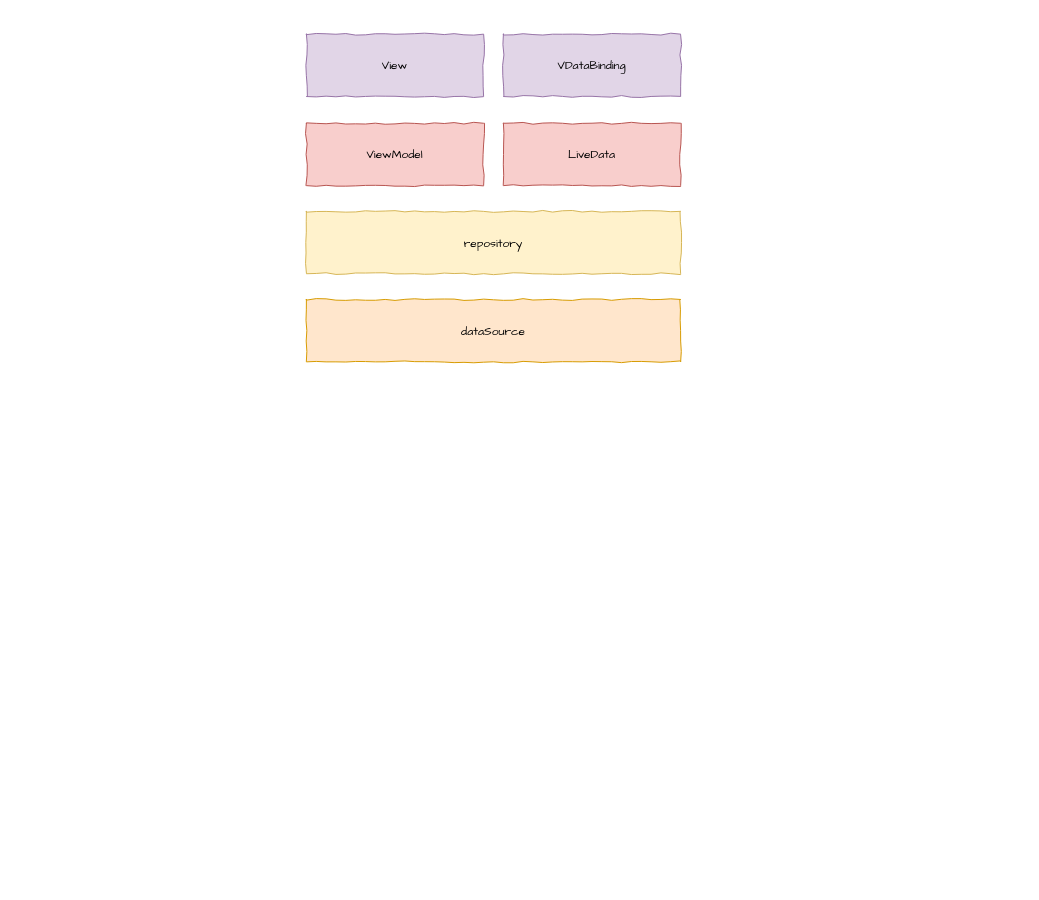
Earlier version of the draw.io diagram app架构.drawio (TryLoveCatch/charts). Source tidied: cells renumbered, new cells numbered last; positions are measured from the earlier drawing's top-left corner, leaving out a move shared by most shapes. Both pictures are drawn from the tidied source at 99%, with x=0, y=0 at pixel (306, 34).
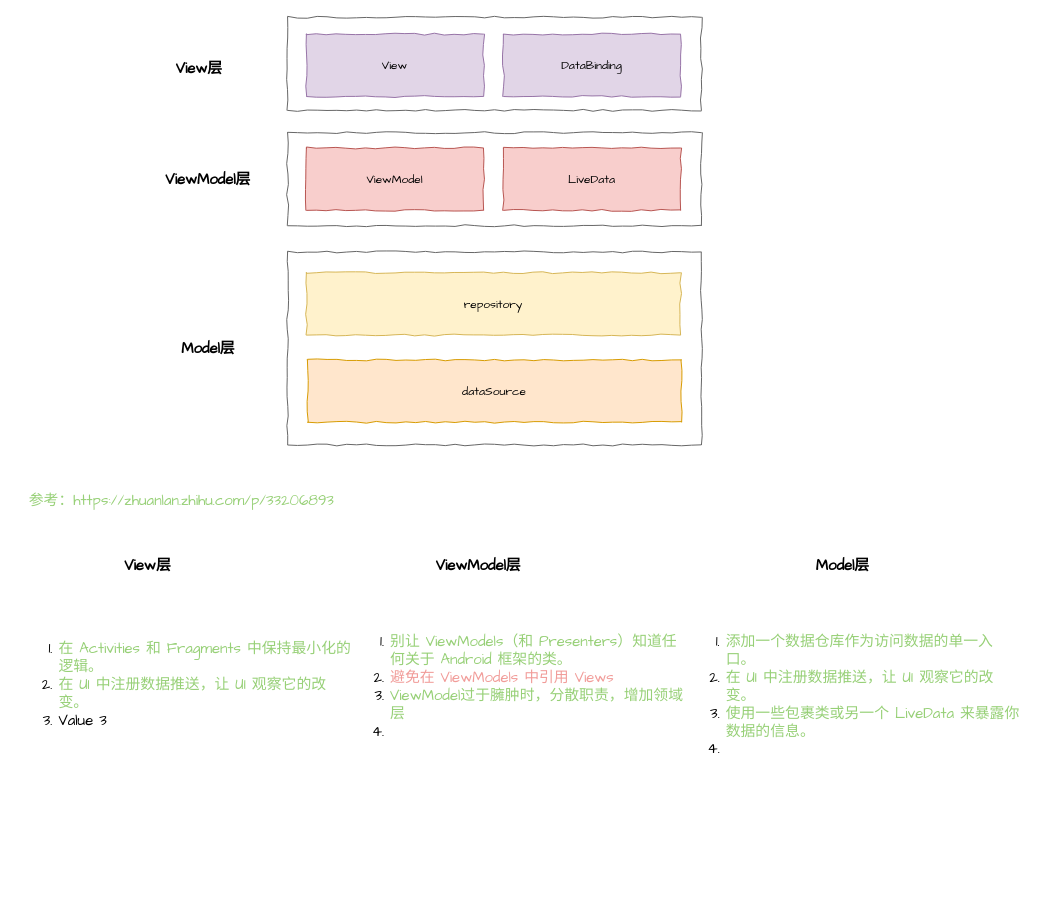
After the change.

Change to the diagram source:
```diff
@@
+    <mxCell id="8" style="rounded=0;whiteSpace=wrap;html=1;comic=1;sketch=0;fontFamily=Comic Sans MS;fontSize=12;fillColor=none;fontColor=#333333;strokeColor=#666666;" parent="1" vertex="1">
+      <mxGeometry x="-19" y="220" width="418" height="195" as="geometry" />
+    </mxCell>
+    <mxCell id="9" style="rounded=0;whiteSpace=wrap;html=1;comic=1;sketch=0;fontFamily=Comic Sans MS;fontSize=12;fillColor=none;fontColor=#333333;strokeColor=#666666;" parent="1" vertex="1">
+      <mxGeometry x="-19" y="99.5" width="418" height="94" as="geometry" />
+    </mxCell>
+    <mxCell id="10" style="rounded=0;whiteSpace=wrap;html=1;comic=1;sketch=0;fontFamily=Comic Sans MS;fontSize=12;fillColor=none;fontColor=#333333;strokeColor=#666666;" parent="1" vertex="1">
+      <mxGeometry x="-19" y="-17" width="418" height="94" as="geometry" />
+    </mxCell>
@@
-    <mxCell id="3" value="&lt;font face=&quot;Comic Sans MS&quot;&gt;VDataBinding&lt;/font&gt;" style="rounded=0;whiteSpace=wrap;html=1;sketch=0;comic=1;fillColor=#e1d5e7;strokeColor=#9673a6;" parent="1" vertex="1">
+    <mxCell id="3" value="&lt;font face=&quot;Comic Sans MS&quot;&gt;DataBinding&lt;/font&gt;" style="rounded=0;whiteSpace=wrap;html=1;sketch=0;comic=1;fillColor=#e1d5e7;strokeColor=#9673a6;" parent="1" vertex="1">
       <mxGeometry x="199" width="179" height="63" as="geometry" />
     </mxCell>
     <mxCell id="4" value="&lt;font face=&quot;Comic Sans MS&quot;&gt;ViewModel&lt;br&gt;&lt;/font&gt;" style="rounded=0;whiteSpace=wrap;html=1;sketch=0;comic=1;fillColor=#f8cecc;strokeColor=#b85450;" parent="1" vertex="1">
-      <mxGeometry y="90" width="179" height="63" as="geometry" />
+      <mxGeometry y="115" width="179" height="63" as="geometry" />
     </mxCell>
     <mxCell id="5" value="&lt;font face=&quot;Comic Sans MS&quot;&gt;LiveData&lt;/font&gt;" style="rounded=0;whiteSpace=wrap;html=1;sketch=0;comic=1;fillColor=#f8cecc;strokeColor=#b85450;" parent="1" vertex="1">
-      <mxGeometry x="199" y="90" width="179" height="63" as="geometry" />
+      <mxGeometry x="199" y="115" width="179" height="63" as="geometry" />
     </mxCell>
     <mxCell id="6" value="&lt;font face=&quot;Comic Sans MS&quot;&gt;repository&lt;br&gt;&lt;/font&gt;" style="rounded=0;whiteSpace=wrap;html=1;sketch=0;comic=1;fillColor=#fff2cc;strokeColor=#d6b656;" parent="1" vertex="1">
-      <mxGeometry y="179" width="378" height="63" as="geometry" />
+      <mxGeometry y="241" width="378" height="63" as="geometry" />
     </mxCell>
     <mxCell id="7" value="&lt;font face=&quot;Comic Sans MS&quot;&gt;dataSource&lt;br&gt;&lt;/font&gt;" style="rounded=0;whiteSpace=wrap;html=1;sketch=0;comic=1;fillColor=#ffe6cc;strokeColor=#d79b00;" parent="1" vertex="1">
-      <mxGeometry y="268" width="378" height="63" as="geometry" />
+      <mxGeometry x="1" y="329" width="378" height="63" as="geometry" />
     </mxCell>
+    <mxCell id="11" value="View层" style="text;html=1;strokeColor=none;fillColor=none;align=center;verticalAlign=middle;whiteSpace=wrap;rounded=0;comic=1;sketch=0;fontFamily=Comic Sans MS;fontSize=15;fontStyle=1;" parent="1" vertex="1">
+      <mxGeometry x="-138" y="20" width="60" height="30" as="geometry" />
+    </mxCell>
+    <mxCell id="12" value="ViewModel层" style="text;html=1;strokeColor=none;fillColor=none;align=center;verticalAlign=middle;whiteSpace=wrap;rounded=0;comic=1;sketch=0;fontFamily=Comic Sans MS;fontSize=15;fontStyle=1;" parent="1" vertex="1">
+      <mxGeometry x="-146" y="131.5" width="94" height="30" as="geometry" />
+    </mxCell>
+    <mxCell id="13" value="Model层" style="text;html=1;strokeColor=none;fillColor=none;align=center;verticalAlign=middle;whiteSpace=wrap;rounded=0;comic=1;sketch=0;fontFamily=Comic Sans MS;fontSize=15;fontStyle=1;" parent="1" vertex="1">
+      <mxGeometry x="-146" y="302.5" width="94" height="30" as="geometry" />
+    </mxCell>
+    <mxCell id="14" value="View层" style="text;html=1;strokeColor=none;fillColor=none;align=center;verticalAlign=middle;whiteSpace=wrap;rounded=0;comic=1;sketch=0;fontFamily=Comic Sans MS;fontSize=15;fontStyle=1;" parent="1" vertex="1">
+      <mxGeometry x="-190" y="522" width="60" height="30" as="geometry" />
+    </mxCell>
+    <mxCell id="15" value="ViewModel层" style="text;html=1;strokeColor=none;fillColor=none;align=center;verticalAlign=middle;whiteSpace=wrap;rounded=0;comic=1;sketch=0;fontFamily=Comic Sans MS;fontSize=15;fontStyle=1;" parent="1" vertex="1">
+      <mxGeometry x="127" y="522" width="94" height="30" as="geometry" />
+    </mxCell>
+    <mxCell id="16" value="Model层" style="text;html=1;strokeColor=none;fillColor=none;align=center;verticalAlign=middle;whiteSpace=wrap;rounded=0;comic=1;sketch=0;fontFamily=Comic Sans MS;fontSize=15;fontStyle=1;" parent="1" vertex="1">
+      <mxGeometry x="495" y="522" width="94" height="30" as="geometry" />
+    </mxCell>
+    <mxCell id="17" value="&lt;ol&gt;&lt;li&gt;&lt;font color=&quot;#97d077&quot;&gt;别让 ViewModels（和 Presenters）知道任何关于 Android 框架的类。&lt;/font&gt;&lt;/li&gt;&lt;li&gt;&lt;font color=&quot;#f19c99&quot;&gt;避免在 ViewModels 中引用 Views&lt;/font&gt;&lt;/li&gt;&lt;li&gt;&lt;font color=&quot;#97d077&quot;&gt;ViewModel过于臃肿时，分散职责，增加领域层&lt;/font&gt;&lt;/li&gt;&lt;li&gt;&lt;font color=&quot;#97d077&quot;&gt;&lt;br&gt;&lt;/font&gt;&lt;/li&gt;&lt;/ol&gt;" style="text;strokeColor=none;fillColor=none;html=1;whiteSpace=wrap;verticalAlign=top;overflow=hidden;comic=1;sketch=0;fontFamily=Comic Sans MS;fontSize=15;" parent="1" vertex="1">
+      <mxGeometry x="43" y="584" width="341" height="263" as="geometry" />
+    </mxCell>
+    <mxCell id="18" value="&lt;ol&gt;&lt;li&gt;&lt;font color=&quot;#97d077&quot;&gt;在 Activities 和 Fragments 中保持最小化的逻辑。&lt;/font&gt;&lt;/li&gt;&lt;li&gt;&lt;font color=&quot;#97d077&quot;&gt;在 UI 中注册数据推送，让 UI 观察它的改变。&lt;/font&gt;&lt;/li&gt;&lt;li&gt;Value 3&lt;/li&gt;&lt;/ol&gt;" style="text;strokeColor=none;fillColor=none;html=1;whiteSpace=wrap;verticalAlign=top;overflow=hidden;comic=1;sketch=0;fontFamily=Comic Sans MS;fontSize=15;" parent="1" vertex="1">
+      <mxGeometry x="-292" y="591" width="341" height="263" as="geometry" />
+    </mxCell>
+    <mxCell id="19" value="&lt;ol&gt;&lt;li&gt;&lt;font color=&quot;#97d077&quot;&gt;添加一个数据仓库作为访问数据的单一入口。&lt;/font&gt;&lt;/li&gt;&lt;li&gt;&lt;font color=&quot;#97d077&quot;&gt;在 UI 中注册数据推送，让 UI 观察它的改变。&lt;/font&gt;&lt;/li&gt;&lt;li&gt;&lt;font color=&quot;#97d077&quot;&gt;使用一些包裹类或另一个 LiveData 来暴露你数据的信息。&lt;/font&gt;&lt;/li&gt;&lt;li&gt;&lt;br&gt;&lt;/li&gt;&lt;/ol&gt;" style="text;strokeColor=none;fillColor=none;html=1;whiteSpace=wrap;verticalAlign=top;overflow=hidden;comic=1;sketch=0;fontFamily=Comic Sans MS;fontSize=15;" parent="1" vertex="1">
+      <mxGeometry x="382" y="584" width="341" height="263" as="geometry" />
+    </mxCell>
+    <mxCell id="20" value="参考：https://zhuanlan.zhihu.com/p/33206893" style="text;html=1;strokeColor=none;fillColor=none;align=left;verticalAlign=middle;whiteSpace=wrap;rounded=0;comic=1;sketch=0;fontFamily=Comic Sans MS;fontSize=15;fontColor=#97D077;" parent="1" vertex="1">
+      <mxGeometry x="-282" y="456" width="386" height="30" as="geometry" />
+    </mxCell>
```
